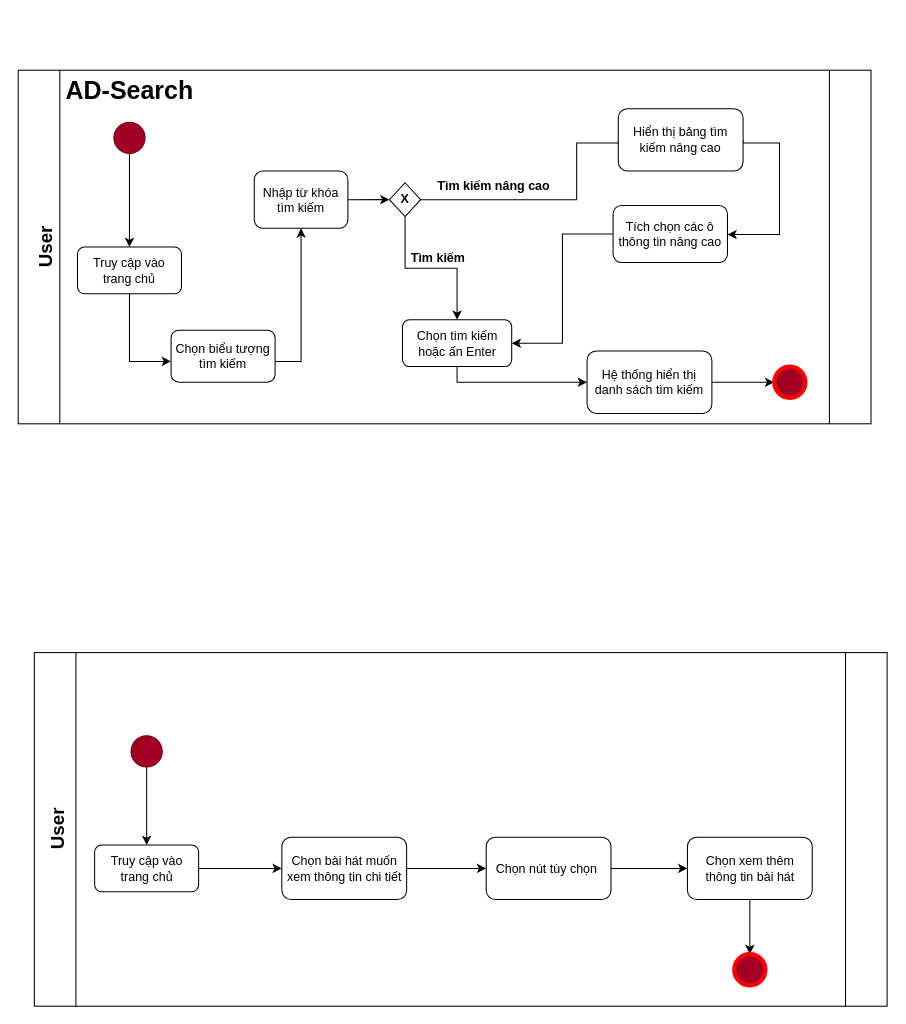
Before: Biểu đồ không có tiêu đề.drawio in ThanhHung2112/Web_Font_end, a draw.io diagram. Source tidied: cells renumbered, new cells numbered last; positions are measured from the earlier drawing's top-left corner, leaving out a move shared by most shapes. Both pictures are drawn from the tidied source at 104%, with x=0, y=0 at pixel (15, 70).
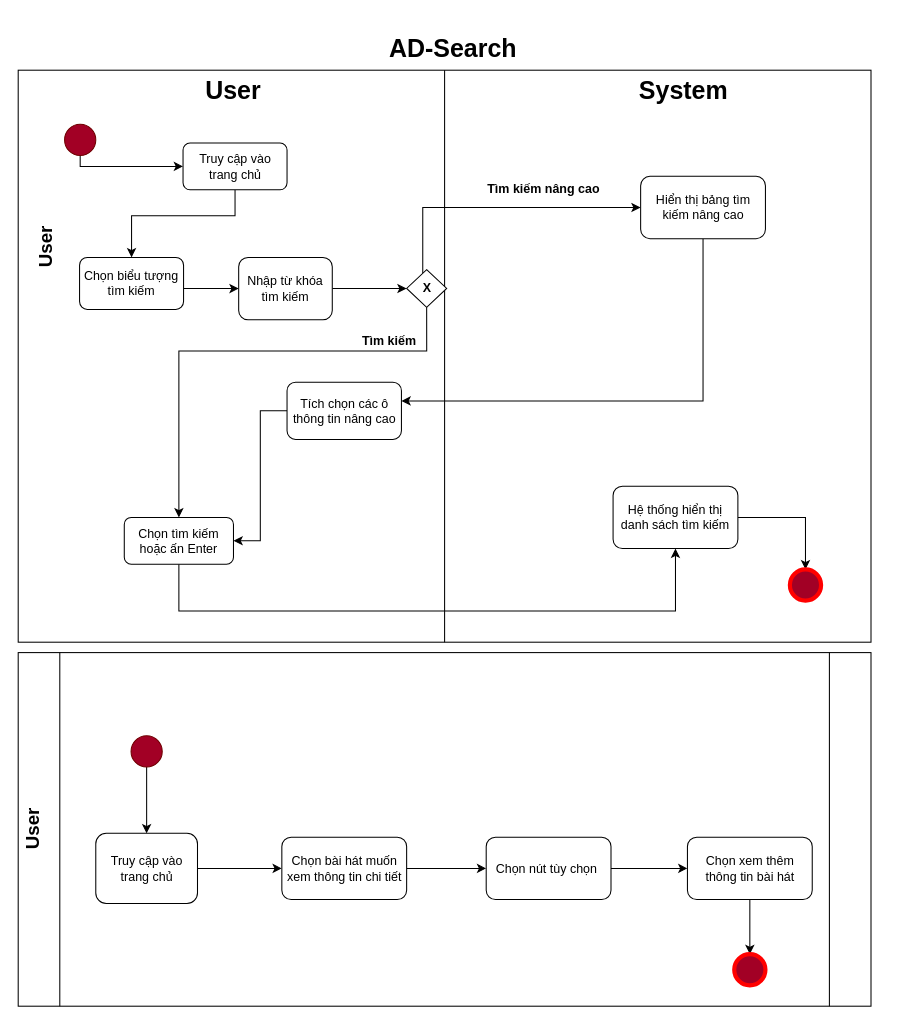
Above is the later version.

Commit message:
Cập nhật Biểu đồ không có tiêu đề.drawio

The edit, as a diff of the source:
```diff
@@
-    <mxCell id="2" style="shape=process;whiteSpace=wrap;html=1;backgroundOutline=1;size=0.04938271604938271;glass=0;rounded=0;" parent="1" vertex="1">
-      <mxGeometry x="3" width="820" height="340" as="geometry" />
+    <mxCell id="2" style="shape=process;whiteSpace=wrap;html=1;backgroundOutline=1;size=0.5;glass=0;rounded=0;" parent="1" vertex="1">
+      <mxGeometry x="3" width="820" height="550" as="geometry" />
     </mxCell>
-    <mxCell id="3" style="edgeStyle=orthogonalEdgeStyle;rounded=0;jettySize=auto;html=1;exitX=0.5;exitY=1;exitDx=0;exitDy=0;entryX=0.5;entryY=0;entryDx=0;entryDy=0;" parent="1" edge="1" source="23" target="20">
-      <mxGeometry relative="1" as="geometry" />
+    <mxCell id="3" style="edgeStyle=orthogonalEdgeStyle;rounded=0;jettySize=auto;html=1;exitX=0.5;exitY=1;exitDx=0;exitDy=0;entryX=0;entryY=0.5;entryDx=0;entryDy=0;" parent="1" edge="1" source="23" target="20">
+      <mxGeometry relative="1" as="geometry">
+        <Array as="points">
+          <mxPoint x="63" y="93" />
+        </Array>
+      </mxGeometry>
     </mxCell>
@@
-    <mxCell id="5" style="edgeStyle=orthogonalEdgeStyle;rounded=0;jettySize=auto;html=1;exitX=0.5;exitY=1;exitDx=0;exitDy=0;entryX=0;entryY=0.5;entryDx=0;entryDy=0;" parent="1" edge="1" source="20">
+    <mxCell id="5" style="edgeStyle=orthogonalEdgeStyle;rounded=0;jettySize=auto;html=1;exitX=0.5;exitY=1;exitDx=0;exitDy=0;entryX=0.5;entryY=0;entryDx=0;entryDy=0;" parent="1" edge="1" source="20" target="21">
       <mxGeometry relative="1" as="geometry">
-        <mxPoint x="150" y="280" as="targetPoint" />
         <Array as="points">
-          <mxPoint x="110" y="280" />
+          <mxPoint x="212" y="140" />
+          <mxPoint x="112" y="140" />
         </Array>
       </mxGeometry>
     </mxCell>
-    <mxCell id="6" style="edgeStyle=orthogonalEdgeStyle;rounded=0;jettySize=auto;html=1;exitX=1;exitY=0.6;exitDx=0;exitDy=0;exitPerimeter=0;entryX=0.5;entryY=1;entryDx=0;entryDy=0;" parent="1" edge="1" source="21" target="22">
+    <mxCell id="6" style="edgeStyle=orthogonalEdgeStyle;rounded=0;jettySize=auto;html=1;exitX=1;exitY=0.6;exitDx=0;exitDy=0;exitPerimeter=0;entryX=0;entryY=0.5;entryDx=0;entryDy=0;" parent="1" edge="1" source="21" target="22">
       <mxGeometry relative="1" as="geometry" />
     </mxCell>
@@
-    <mxCell id="8" style="edgeStyle=orthogonalEdgeStyle;rounded=0;jettySize=auto;html=1;" parent="1" edge="1" source="9" target="12">
-      <mxGeometry relative="1" as="geometry" />
+    <mxCell id="8" style="edgeStyle=orthogonalEdgeStyle;rounded=0;jettySize=auto;html=1;exitX=0.5;exitY=1;exitDx=0;exitDy=0;fontSize=18;fontColor=#000000;entryX=0.5;entryY=0;entryDx=0;entryDy=0;" parent="1" edge="1" source="9" target="12">
+      <mxGeometry relative="1" as="geometry">
+        <Array as="points">
+          <mxPoint x="396" y="270" />
+          <mxPoint x="158" y="270" />
+        </Array>
+      </mxGeometry>
     </mxCell>
+    <mxCell id="16" style="edgeStyle=orthogonalEdgeStyle;rounded=0;jettySize=auto;html=1;entryX=0;entryY=0.5;entryDx=0;entryDy=0;fontSize=18;fontColor=#000000;" parent="1" edge="1" source="9" target="24">
+      <mxGeometry relative="1" as="geometry">
+        <Array as="points">
+          <mxPoint x="392" y="132" />
+        </Array>
+      </mxGeometry>
+    </mxCell>
     <mxCell id="9" value="&lt;b&gt;X&lt;/b&gt;" style="rhombus;whiteSpace=wrap;html=1;rounded=0;" parent="1" vertex="1">
-      <mxGeometry x="360" y="108.2" width="30" height="32.5" as="geometry" />
+      <mxGeometry x="376.5" y="191.8" width="38.5" height="36.2" as="geometry" />
     </mxCell>
-    <mxCell id="10" style="edgeStyle=orthogonalEdgeStyle;rounded=0;jettySize=auto;html=1;exitX=1;exitY=0.5;exitDx=0;exitDy=0;" parent="1" edge="1" source="24" target="14">
+    <mxCell id="10" style="edgeStyle=orthogonalEdgeStyle;rounded=0;jettySize=auto;html=1;exitX=0.5;exitY=1;exitDx=0;exitDy=0;" parent="1" edge="1" source="24" target="14">
       <mxGeometry relative="1" as="geometry">
         <Array as="points">
-          <mxPoint x="700" y="70" />
-          <mxPoint x="735" y="70" />
-          <mxPoint x="735" y="158" />
+          <mxPoint x="662" y="318" />
         </Array>
       </mxGeometry>
     </mxCell>
-    <mxCell id="11" style="edgeStyle=orthogonalEdgeStyle;rounded=0;jettySize=auto;html=1;exitX=0.5;exitY=1;exitDx=0;exitDy=0;entryX=0;entryY=0.5;entryDx=0;entryDy=0;" parent="1" edge="1" source="12" target="19">
+    <mxCell id="11" style="edgeStyle=orthogonalEdgeStyle;rounded=0;jettySize=auto;html=1;exitX=0.5;exitY=1;exitDx=0;exitDy=0;entryX=0.5;entryY=1;entryDx=0;entryDy=0;" parent="1" edge="1" source="12" target="19">
       <mxGeometry relative="1" as="geometry">
         <Array as="points">
-          <mxPoint x="425" y="300" />
+          <mxPoint x="158" y="520" />
+          <mxPoint x="635" y="520" />
         </Array>
       </mxGeometry>
     </mxCell>
     <mxCell id="12" value="Chọn tìm kiếm hoặc ấn Enter" style="whiteSpace=wrap;html=1;rounded=1;" parent="1" vertex="1">
-      <mxGeometry x="372.5" y="240" width="105" height="45" as="geometry" />
+      <mxGeometry x="105" y="430" width="105" height="45" as="geometry" />
     </mxCell>
@@
     <mxCell id="14" value="Tích chọn các ô thông tin nâng cao" style="whiteSpace=wrap;html=1;rounded=1;" parent="1" vertex="1">
-      <mxGeometry x="575" y="130" width="110" height="55" as="geometry" />
+      <mxGeometry x="261.5" y="300" width="110" height="55" as="geometry" />
     </mxCell>
     <mxCell id="15" value="&lt;b style=&quot;&quot;&gt;Tìm kiếm nâng cao&lt;/b&gt;" style="text;html=1;strokeColor=none;fillColor=none;align=center;verticalAlign=middle;whiteSpace=wrap;rounded=0;" parent="1" vertex="1">
-      <mxGeometry x="395" y="102" width="130.5" height="20" as="geometry" />
+      <mxGeometry x="442.5" y="105" width="130.5" height="20" as="geometry" />
     </mxCell>
-    <mxCell id="16" style="edgeStyle=orthogonalEdgeStyle;rounded=0;jettySize=auto;html=1;endArrow=none;entryX=0;entryY=0.5;entryDx=0;entryDy=0;" parent="1" edge="1" source="9" target="24">
-      <mxGeometry relative="1" as="geometry">
-        <Array as="points">
-          <mxPoint x="540" y="125" />
-          <mxPoint x="540" y="70" />
-          <mxPoint x="580" y="70" />
-        </Array>
-      </mxGeometry>
-    </mxCell>
     <mxCell id="17" value="&lt;b style=&quot;&quot;&gt;Tìm kiếm&lt;/b&gt;" style="text;html=1;strokeColor=none;fillColor=none;align=center;verticalAlign=middle;whiteSpace=wrap;rounded=0;" parent="1" vertex="1">
-      <mxGeometry x="376.5" y="170" width="60" height="22" as="geometry" />
+      <mxGeometry x="330" y="250" width="60" height="22" as="geometry" />
     </mxCell>
@@
     <mxCell id="19" value="Hệ thống hiển thị danh sách tìm kiếm" style="whiteSpace=wrap;html=1;rounded=1;" parent="1" vertex="1">
-      <mxGeometry x="550" y="270" width="120" height="60" as="geometry" />
+      <mxGeometry x="575" y="400" width="120" height="60" as="geometry" />
     </mxCell>
     <mxCell id="20" value="Truy cập vào trang chủ" style="rounded=1;whiteSpace=wrap;html=1;" parent="1" vertex="1">
-      <mxGeometry x="60" y="170" width="100" height="45" as="geometry" />
+      <mxGeometry x="161.5" y="70" width="100" height="45" as="geometry" />
     </mxCell>
     <mxCell id="21" value="Chọn biểu tượng tìm kiếm" style="rounded=1;whiteSpace=wrap;html=1;" parent="1" vertex="1">
-      <mxGeometry x="150" y="250" width="100" height="50" as="geometry" />
+      <mxGeometry x="62" y="180" width="100" height="50" as="geometry" />
     </mxCell>
     <mxCell id="22" value="Nhập từ khóa tìm kiếm" style="rounded=1;whiteSpace=wrap;html=1;" parent="1" vertex="1">
-      <mxGeometry x="230" y="97" width="90" height="55" as="geometry" />
+      <mxGeometry x="215" y="180" width="90" height="60" as="geometry" />
     </mxCell>
     <mxCell id="23" style="ellipse;whiteSpace=wrap;html=1;fontColor=#ffffff;fillColor=#a20025;strokeColor=#6F0000;" parent="1" vertex="1">
-      <mxGeometry x="95" y="50" width="30" height="30" as="geometry" />
+      <mxGeometry x="47.6" y="52" width="30" height="30" as="geometry" />
     </mxCell>
     <mxCell id="24" value="Hiển thị bảng tìm kiếm nâng cao" style="rounded=1;whiteSpace=wrap;html=1;" parent="1" vertex="1">
-      <mxGeometry x="580" y="37" width="120" height="60" as="geometry" />
+      <mxGeometry x="601.5" y="102" width="120" height="60" as="geometry" />
     </mxCell>
     <mxCell id="25" style="ellipse;whiteSpace=wrap;html=1;rounded=1;fontColor=#ffffff;fillColor=#a20025;strokeColor=#FF0000;strokeWidth=4;shadow=0;sketch=0;" parent="1" vertex="1">
-      <mxGeometry x="730" y="285" width="30" height="30" as="geometry" />
+      <mxGeometry x="745" y="480" width="30" height="30" as="geometry" />
     </mxCell>
     <mxCell id="26" value="&lt;h1&gt;AD-Search&lt;/h1&gt;" style="text;html=1;spacing=5;spacingTop=-20;whiteSpace=wrap;overflow=hidden;rounded=0;shadow=0;glass=0;sketch=0;strokeWidth=2;fillColor=none;" parent="1" vertex="1">
-      <mxGeometry x="44" width="136" height="40" as="geometry" />
+      <mxGeometry x="355" y="-40" width="136" height="40" as="geometry" />
     </mxCell>
     <mxCell id="27" style="shape=process;whiteSpace=wrap;html=1;backgroundOutline=1;size=0.04938271604938271;glass=0;rounded=0;" parent="1" vertex="1">
-      <mxGeometry x="18.5" y="560" width="820" height="340" as="geometry" />
+      <mxGeometry x="3" y="560" width="820" height="340" as="geometry" />
     </mxCell>
     <mxCell id="28" value="&lt;b&gt;User&lt;/b&gt;" style="text;html=1;strokeColor=none;fillColor=none;align=center;verticalAlign=middle;whiteSpace=wrap;rounded=0;rotation=-90;horizontal=1;fontSize=18;" parent="1" vertex="1">
-      <mxGeometry x="11.5" y="715" width="60" height="30" as="geometry" />
+      <mxGeometry x="-12.4" y="715" width="60" height="30" as="geometry" />
     </mxCell>
@@
     <mxCell id="32" value="Truy cập vào trang chủ" style="rounded=1;whiteSpace=wrap;html=1;" parent="1" vertex="1">
-      <mxGeometry x="76.5" y="745" width="100" height="45" as="geometry" />
+      <mxGeometry x="77.6" y="733.8" width="97.8" height="67.5" as="geometry" />
     </mxCell>
@@
+    <mxCell id="40" value="&lt;h1&gt;System&lt;/h1&gt;" style="text;html=1;spacing=5;spacingTop=-20;whiteSpace=wrap;overflow=hidden;rounded=0;shadow=0;glass=0;sketch=0;strokeWidth=2;fillColor=none;align=center;" parent="1" vertex="1">
+      <mxGeometry x="575" width="136" height="40" as="geometry" />
+    </mxCell>
+    <mxCell id="41" value="&lt;h1&gt;User&lt;/h1&gt;&lt;div&gt;&lt;br&gt;&lt;/div&gt;" style="text;html=1;spacing=5;spacingTop=-20;whiteSpace=wrap;overflow=hidden;rounded=0;shadow=0;glass=0;sketch=0;strokeWidth=2;fillColor=none;align=center;" parent="1" vertex="1">
+      <mxGeometry x="141.5" width="136" height="40" as="geometry" />
+    </mxCell>
```
